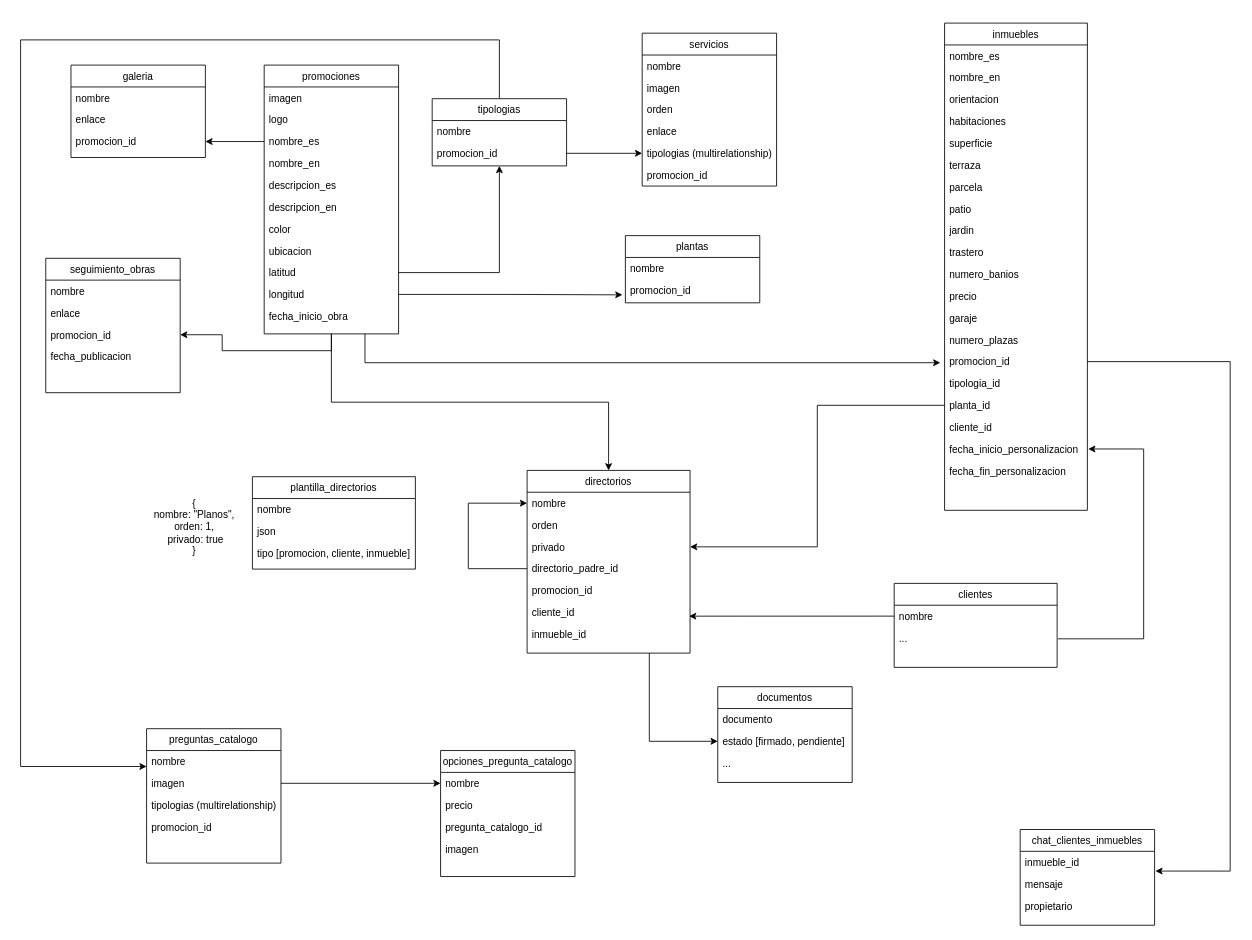
Before: Diagrama sin título.drawio in abdell1999/blog, a draw.io diagram. Source tidied: cells renumbered, new cells numbered last; positions are measured from the earlier drawing's top-left corner, leaving out a move shared by most shapes. Both pictures are drawn from the tidied source at 84%, with x=0, y=0 at pixel (20, 23).
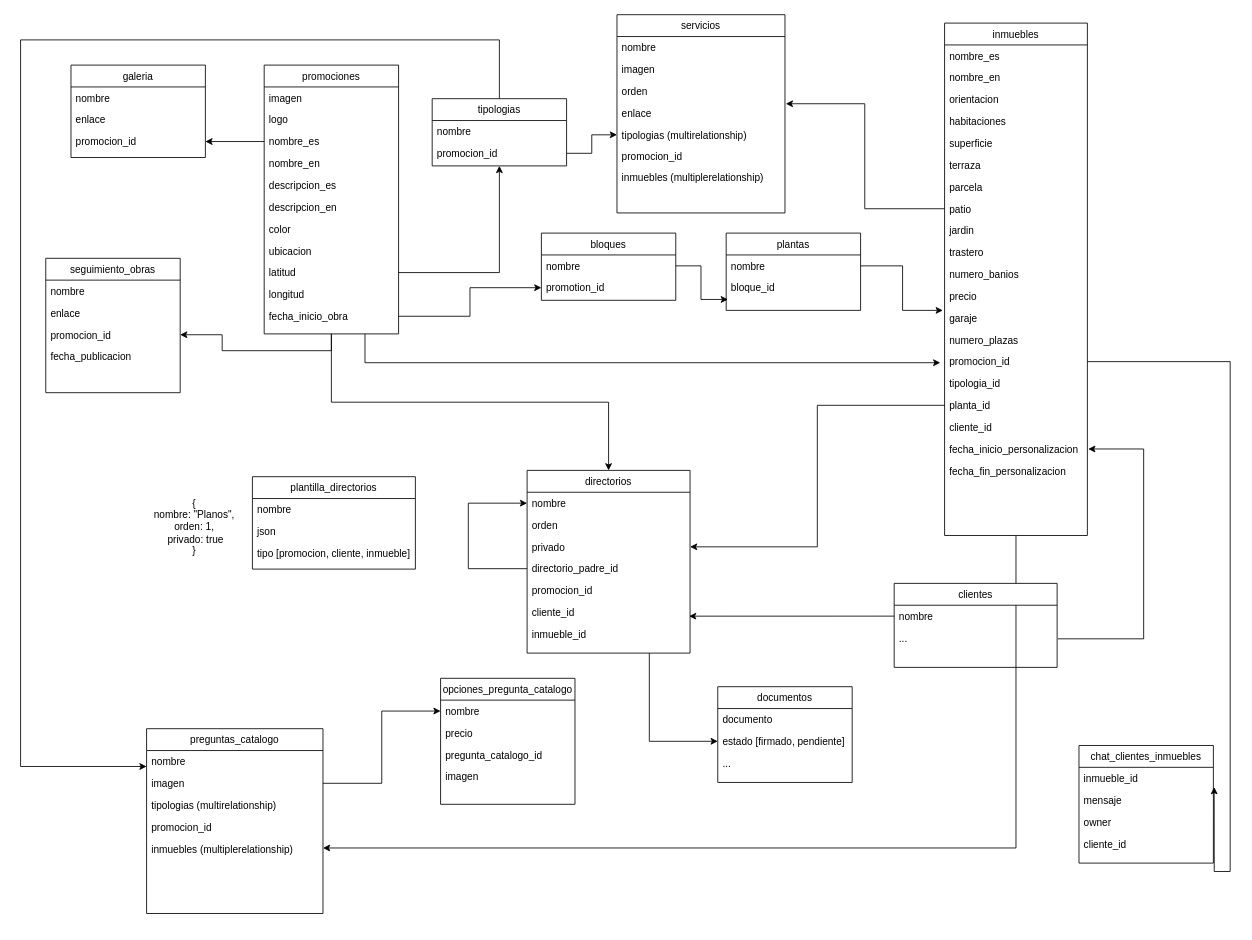
After the change.

Unchanged cells that the change refers to:
```xml
<mxCell id="15" value="longitud" style="text;align=left;verticalAlign=top;spacingLeft=4;spacingRight=4;overflow=hidden;points=[[0,0.5],[1,0.5]];portConstraint=eastwest;rounded=0;shadow=0;html=0;" parent="5" vertex="1">
  <mxGeometry y="260" width="160" height="26" as="geometry" />
</mxCell>
<mxCell id="16" value="fecha_inicio_obra" style="text;align=left;verticalAlign=top;spacingLeft=4;spacingRight=4;overflow=hidden;points=[[0,0.5],[1,0.5]];portConstraint=eastwest;rounded=0;shadow=0;html=0;" parent="5" vertex="1">
  <mxGeometry y="286" width="160" height="26" as="geometry" />
</mxCell>
<mxCell id="25" value="patio" style="text;align=left;verticalAlign=top;spacingLeft=4;spacingRight=4;overflow=hidden;points=[[0,0.5],[1,0.5]];portConstraint=eastwest;rounded=0;shadow=0;html=0;" parent="17" vertex="1">
  <mxGeometry y="208" width="170" height="26" as="geometry" />
</mxCell>
<mxCell id="30" value="garaje" style="text;align=left;verticalAlign=top;spacingLeft=4;spacingRight=4;overflow=hidden;points=[[0,0.5],[1,0.5]];portConstraint=eastwest;rounded=0;shadow=0;html=0;" parent="17" vertex="1">
  <mxGeometry y="338" width="170" height="26" as="geometry" />
</mxCell>
<mxCell id="61" value="nombre" style="text;align=left;verticalAlign=top;spacingLeft=4;spacingRight=4;overflow=hidden;points=[[0,0.5],[1,0.5]];portConstraint=eastwest;" parent="60" vertex="1">
  <mxGeometry y="26" width="160" height="26" as="geometry" />
</mxCell>
```

The edit, as a diff of the source:
```diff
@@
+    <mxCell id="107" style="edgeStyle=orthogonalEdgeStyle;rounded=0;jettySize=auto;html=1;exitX=0.5;exitY=1;exitDx=0;exitDy=0;" parent="1" edge="1" source="17" target="110">
+      <mxGeometry relative="1" as="geometry" />
+    </mxCell>
     <mxCell id="17" value="inmuebles" style="swimlane;fontStyle=0;align=center;verticalAlign=top;horizontal=1;startSize=26;rounded=0;shadow=0;strokeWidth=1;" parent="1" vertex="1">
-      <mxGeometry x="1100" width="170" height="580" as="geometry" />
+      <mxGeometry x="1100" width="170" height="610" as="geometry" />
     </mxCell>
@@
     <mxCell id="43" value="servicios" style="swimlane;fontStyle=0;align=center;verticalAlign=top;horizontal=1;startSize=26;rounded=0;shadow=0;strokeWidth=1;" parent="1" vertex="1">
-      <mxGeometry x="740" y="12" width="160" height="182" as="geometry" />
+      <mxGeometry x="710" y="-10" width="200" height="236" as="geometry" />
     </mxCell>
     <mxCell id="44" value="nombre" style="text;align=left;verticalAlign=top;spacingLeft=4;spacingRight=4;overflow=hidden;" parent="43" vertex="1">
-      <mxGeometry y="26" width="160" height="26" as="geometry" />
+      <mxGeometry y="26" width="200" height="26" as="geometry" />
     </mxCell>
     <mxCell id="45" value="imagen" style="text;align=left;verticalAlign=top;spacingLeft=4;spacingRight=4;overflow=hidden;rounded=0;shadow=0;html=0;" parent="43" vertex="1">
-      <mxGeometry y="52" width="160" height="26" as="geometry" />
+      <mxGeometry y="52" width="200" height="26" as="geometry" />
     </mxCell>
     <mxCell id="46" value="orden" style="text;align=left;verticalAlign=top;spacingLeft=4;spacingRight=4;overflow=hidden;rounded=0;shadow=0;html=0;" parent="43" vertex="1">
-      <mxGeometry y="78" width="160" height="26" as="geometry" />
+      <mxGeometry y="78" width="200" height="26" as="geometry" />
     </mxCell>
     <mxCell id="47" value="enlace" style="text;align=left;verticalAlign=top;spacingLeft=4;spacingRight=4;overflow=hidden;points=[[0,0.5],[1,0.5]];portConstraint=eastwest;rounded=0;shadow=0;html=0;" parent="43" vertex="1">
-      <mxGeometry y="104" width="160" height="26" as="geometry" />
+      <mxGeometry y="104" width="200" height="26" as="geometry" />
     </mxCell>
     <mxCell id="48" value="tipologias (multirelationship)" style="text;align=left;verticalAlign=top;spacingLeft=4;spacingRight=4;overflow=hidden;points=[[0,0.5],[1,0.5]];portConstraint=eastwest;rounded=0;shadow=0;html=0;" parent="43" vertex="1">
-      <mxGeometry y="130" width="160" height="26" as="geometry" />
+      <mxGeometry y="130" width="200" height="26" as="geometry" />
     </mxCell>
     <mxCell id="49" value="promocion_id" style="text;align=left;verticalAlign=top;spacingLeft=4;spacingRight=4;overflow=hidden;rounded=0;shadow=0;html=0;" parent="43" vertex="1">
-      <mxGeometry y="156" width="160" height="26" as="geometry" />
+      <mxGeometry y="156" width="200" height="24" as="geometry" />
     </mxCell>
+    <mxCell id="108" value="inmuebles (multiplerelationship)" style="text;align=left;verticalAlign=top;spacingLeft=4;spacingRight=4;overflow=hidden;rounded=0;shadow=0;html=0;" parent="43" vertex="1">
+      <mxGeometry y="180" width="200" height="24" as="geometry" />
+    </mxCell>
@@
     <mxCell id="60" value="plantas" style="swimlane;fontStyle=0;align=center;verticalAlign=top;horizontal=1;startSize=26;rounded=0;shadow=0;strokeWidth=1;" parent="1" vertex="1">
-      <mxGeometry x="720" y="253" width="160" height="80" as="geometry" />
+      <mxGeometry x="840" y="250" width="160" height="92" as="geometry" />
     </mxCell>
@@
-    <mxCell id="62" value="promocion_id" style="text;align=left;verticalAlign=top;spacingLeft=4;spacingRight=4;overflow=hidden;points=[[0,0.5],[1,0.5]];portConstraint=eastwest;" parent="60" vertex="1">
-      <mxGeometry y="52" width="160" height="26" as="geometry" />
-    </mxCell>
-    <mxCell id="63" style="edgeStyle=orthogonalEdgeStyle;rounded=0;jettySize=auto;html=1;exitX=1;exitY=0.5;exitDx=0;exitDy=0;entryX=-0.022;entryY=0.712;entryDx=0;entryDy=0;entryPerimeter=0;" parent="1" edge="1" source="15" target="62">
-      <mxGeometry relative="1" as="geometry" />
-    </mxCell>
+    <mxCell id="109" value="bloque_id" style="text;align=left;verticalAlign=top;spacingLeft=4;spacingRight=4;overflow=hidden;points=[[0,0.5],[1,0.5]];portConstraint=eastwest;" parent="60" vertex="1">
+      <mxGeometry y="52" width="160" height="40" as="geometry" />
+    </mxCell>
@@
     <mxCell id="81" value="preguntas_catalogo" style="swimlane;fontStyle=0;align=center;verticalAlign=top;horizontal=1;startSize=26;rounded=0;shadow=0;strokeWidth=1;" parent="1" vertex="1">
-      <mxGeometry x="150" y="840" width="160" height="160" as="geometry" />
+      <mxGeometry x="150" y="840" width="210" height="220" as="geometry" />
     </mxCell>
     <mxCell id="82" value="nombre" style="text;align=left;verticalAlign=top;spacingLeft=4;spacingRight=4;overflow=hidden;points=[[0,0.5],[1,0.5]];portConstraint=eastwest;" parent="81" vertex="1">
-      <mxGeometry y="26" width="160" height="26" as="geometry" />
+      <mxGeometry y="26" width="210" height="26" as="geometry" />
     </mxCell>
     <mxCell id="83" value="imagen" style="text;align=left;verticalAlign=top;spacingLeft=4;spacingRight=4;overflow=hidden;points=[[0,0.5],[1,0.5]];portConstraint=eastwest;rounded=0;shadow=0;html=0;" parent="81" vertex="1">
-      <mxGeometry y="52" width="160" height="26" as="geometry" />
+      <mxGeometry y="52" width="210" height="26" as="geometry" />
     </mxCell>
@@
     <mxCell id="85" value="tipologias (multirelationship)" style="text;align=left;verticalAlign=top;spacingLeft=4;spacingRight=4;overflow=hidden;rounded=0;shadow=0;html=0;" parent="81" vertex="1">
-      <mxGeometry y="78" width="160" height="26" as="geometry" />
+      <mxGeometry y="78" width="210" height="26" as="geometry" />
     </mxCell>
     <mxCell id="86" value="promocion_id" style="text;align=left;verticalAlign=top;spacingLeft=4;spacingRight=4;overflow=hidden;rounded=0;shadow=0;html=0;" parent="81" vertex="1">
-      <mxGeometry y="104" width="160" height="26" as="geometry" />
+      <mxGeometry y="104" width="210" height="26" as="geometry" />
     </mxCell>
+    <mxCell id="110" value="inmuebles (multiplerelationship)" style="text;align=left;verticalAlign=top;spacingLeft=4;spacingRight=4;overflow=hidden;points=[[0,0.5],[1,0.5]];portConstraint=eastwest;rounded=0;shadow=0;html=0;" parent="81" vertex="1">
+      <mxGeometry y="130" width="210" height="24" as="geometry" />
+    </mxCell>
     <mxCell id="87" value="opciones_pregunta_catalogo" style="swimlane;fontStyle=0;align=center;verticalAlign=top;horizontal=1;startSize=26;rounded=0;shadow=0;strokeWidth=1;" parent="1" vertex="1">
-      <mxGeometry x="500" y="866" width="160" height="150" as="geometry" />
+      <mxGeometry x="500" y="780" width="160" height="150" as="geometry" />
     </mxCell>
@@
     <mxCell id="93" value="chat_clientes_inmuebles" style="swimlane;fontStyle=0;align=center;verticalAlign=top;horizontal=1;startSize=26;rounded=0;shadow=0;strokeWidth=1;" parent="1" vertex="1">
-      <mxGeometry x="1190" y="960" width="160" height="114" as="geometry" />
+      <mxGeometry x="1260" y="860" width="160" height="140" as="geometry" />
     </mxCell>
@@
-    <mxCell id="96" value="propietario" style="text;align=left;verticalAlign=top;spacingLeft=4;spacingRight=4;overflow=hidden;" parent="93" vertex="1">
+    <mxCell id="96" value="owner" style="text;align=left;verticalAlign=top;spacingLeft=4;spacingRight=4;overflow=hidden;" parent="93" vertex="1">
       <mxGeometry y="78" width="160" height="26" as="geometry" />
     </mxCell>
+    <mxCell id="111" value="cliente_id" style="text;align=left;verticalAlign=top;spacingLeft=4;spacingRight=4;overflow=hidden;rounded=0;shadow=0;html=0;" parent="93" vertex="1">
+      <mxGeometry y="104" width="160" height="26" as="geometry" />
+    </mxCell>
@@
+    <mxCell id="112" value="bloques" style="swimlane;fontStyle=0;align=center;verticalAlign=top;horizontal=1;startSize=26;rounded=0;shadow=0;strokeWidth=1;" parent="1" vertex="1">
+      <mxGeometry x="620" y="250" width="160" height="80" as="geometry" />
+    </mxCell>
+    <mxCell id="113" value="nombre" style="text;align=left;verticalAlign=top;spacingLeft=4;spacingRight=4;overflow=hidden;points=[[0,0.5],[1,0.5]];portConstraint=eastwest;" parent="112" vertex="1">
+      <mxGeometry y="26" width="160" height="26" as="geometry" />
+    </mxCell>
+    <mxCell id="114" value="promotion_id" style="text;align=left;verticalAlign=top;spacingLeft=4;spacingRight=4;overflow=hidden;points=[[0,0.5],[1,0.5]];portConstraint=eastwest;" parent="112" vertex="1">
+      <mxGeometry y="52" width="160" height="26" as="geometry" />
+    </mxCell>
+    <mxCell id="115" style="edgeStyle=orthogonalEdgeStyle;rounded=0;jettySize=auto;html=1;exitX=0;exitY=0.5;exitDx=0;exitDy=0;entryX=1.005;entryY=0.077;entryDx=0;entryDy=0;entryPerimeter=0;" parent="1" edge="1" source="25" target="47">
+      <mxGeometry relative="1" as="geometry" />
+    </mxCell>
+    <mxCell id="116" style="edgeStyle=orthogonalEdgeStyle;rounded=0;jettySize=auto;html=1;exitX=1;exitY=0.5;exitDx=0;exitDy=0;" parent="1" edge="1" source="16" target="114">
+      <mxGeometry relative="1" as="geometry" />
+    </mxCell>
+    <mxCell id="117" style="edgeStyle=orthogonalEdgeStyle;rounded=0;jettySize=auto;html=1;exitX=1;exitY=0.5;exitDx=0;exitDy=0;entryX=0.013;entryY=0.675;entryDx=0;entryDy=0;entryPerimeter=0;" parent="1" edge="1" source="113" target="109">
+      <mxGeometry relative="1" as="geometry" />
+    </mxCell>
+    <mxCell id="118" style="edgeStyle=orthogonalEdgeStyle;rounded=0;jettySize=auto;html=1;exitX=1;exitY=0.5;exitDx=0;exitDy=0;entryX=-0.012;entryY=0.154;entryDx=0;entryDy=0;entryPerimeter=0;" parent="1" edge="1" source="61" target="30">
+      <mxGeometry relative="1" as="geometry" />
+    </mxCell>
```
